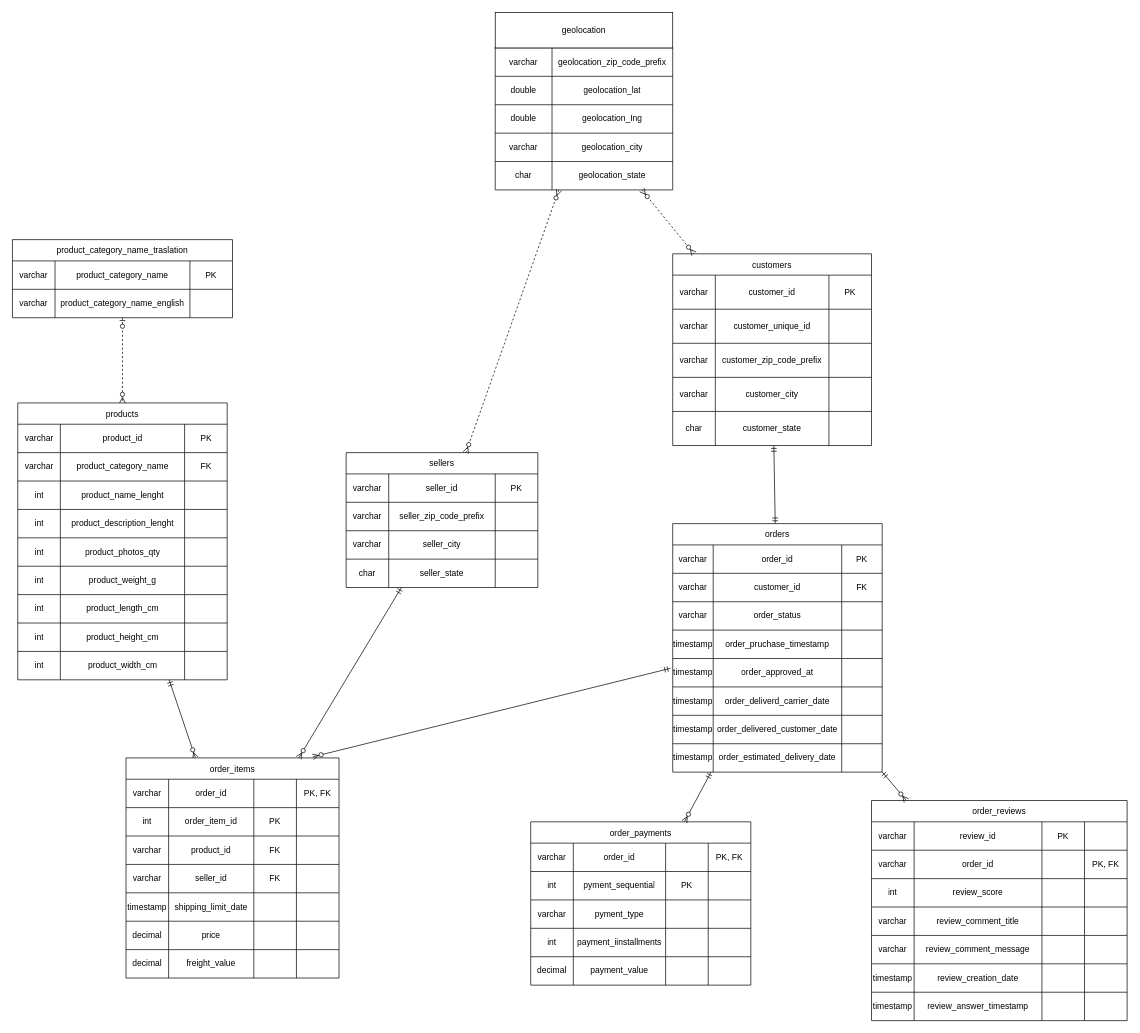
Above: diagrama-er/diagrama-er.drawio in FerretoDev/mo0005-ecommerce-ml (draw.io), before the change. Source tidied: cells renumbered, new cells numbered last; positions are measured from the earlier drawing's top-left corner, leaving out a move shared by most shapes. Both pictures are drawn from the tidied source at 71%, with x=0, y=0 at pixel (12, 12).
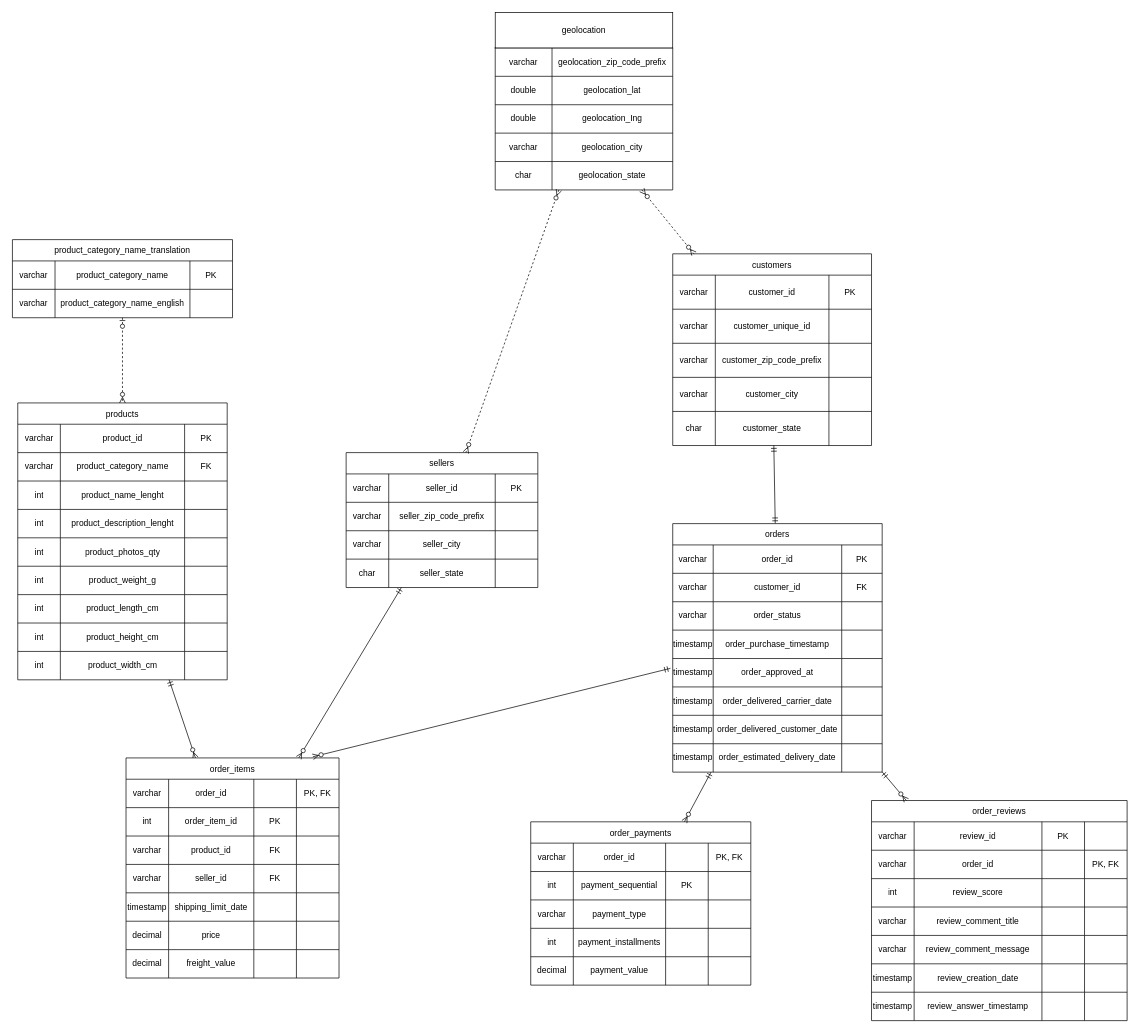
The same page after the edit.

Commit message (it also covers changes not shown here):
docs: diagrama E-R en la ruta de main.tex y columnas corregidas (#5)

* docs: mover el png del diagrama E-R a diagrama-er/ con el nombre que usa main.tex

* fix(er): corregir nombres de columnas del diagrama para que coincidan con schema.sql

---------

The change refers to these unchanged cells:
```xml
<mxCell id="54" style="shape=tableRow;horizontal=0;startSize=0;swimlaneHead=0;swimlaneBody=0;strokeColor=inherit;top=0;left=0;bottom=0;right=0;fillColor=none;fixedHeader=1;" parent="41" vertex="1">
  <mxGeometry y="150" width="295" height="40" as="geometry" />
</mxCell>
<mxCell id="62" style="shape=tableRow;horizontal=0;startSize=0;swimlaneHead=0;swimlaneBody=0;strokeColor=inherit;top=0;left=0;bottom=0;right=0;fillColor=none;fixedHeader=1;" parent="41" vertex="1">
  <mxGeometry y="230" width="295" height="40" as="geometry" />
</mxCell>
<mxCell id="181" style="shape=tableRow;horizontal=0;startSize=0;swimlaneHead=0;swimlaneBody=0;strokeColor=inherit;top=0;left=0;bottom=0;right=0;fillColor=none;fixedHeader=1;" parent="175" vertex="1">
  <mxGeometry y="70" width="310" height="40" as="geometry" />
</mxCell>
<mxCell id="186" style="shape=tableRow;horizontal=0;startSize=0;swimlaneHead=0;swimlaneBody=0;strokeColor=inherit;top=0;left=0;bottom=0;right=0;fillColor=none;fixedHeader=1;" parent="175" vertex="1">
  <mxGeometry y="110" width="310" height="40" as="geometry" />
</mxCell>
<mxCell id="191" style="shape=tableRow;horizontal=0;startSize=0;swimlaneHead=0;swimlaneBody=0;strokeColor=inherit;top=0;left=0;bottom=0;right=0;fillColor=none;fixedHeader=1;" parent="175" vertex="1">
  <mxGeometry y="150" width="310" height="40" as="geometry" />
</mxCell>
```

Diff of the diagram source:
```diff
@@
-    <mxCell id="56" value="order_pruchase_timestamp" style="shape=partialRectangle;html=1;whiteSpace=wrap;strokeColor=inherit;overflow=hidden;fillColor=none;top=0;left=0;bottom=0;right=0;" parent="54" vertex="1">
+    <mxCell id="56" value="order_purchase_timestamp" style="shape=partialRectangle;html=1;whiteSpace=wrap;strokeColor=inherit;overflow=hidden;fillColor=none;top=0;left=0;bottom=0;right=0;" parent="54" vertex="1">
       <mxGeometry x="57" width="181" height="40" as="geometry" />
     </mxCell>
@@
-    <mxCell id="64" value="order_deliverd_carrier_date" style="shape=partialRectangle;html=1;whiteSpace=wrap;strokeColor=inherit;overflow=hidden;fillColor=none;top=0;left=0;bottom=0;right=0;" parent="62" vertex="1">
+    <mxCell id="64" value="order_delivered_carrier_date" style="shape=partialRectangle;html=1;whiteSpace=wrap;strokeColor=inherit;overflow=hidden;fillColor=none;top=0;left=0;bottom=0;right=0;" parent="62" vertex="1">
       <mxGeometry x="57" width="181" height="40" as="geometry" />
     </mxCell>
@@
-    <mxCell id="92" value="product_category_name_traslation" style="shape=table;startSize=30;childLayout=tableLayout;fixedHeader=1;" parent="1" vertex="1">
+    <mxCell id="92" value="product_category_name_translation" style="shape=table;startSize=30;childLayout=tableLayout;fixedHeader=1;" parent="1" vertex="1">
       <mxGeometry y="320" width="310" height="110" as="geometry" />
     </mxCell>
@@
-    <mxCell id="183" value="pyment_sequential" style="shape=partialRectangle;html=1;whiteSpace=wrap;strokeColor=inherit;overflow=hidden;fillColor=none;top=0;left=0;bottom=0;right=0;" parent="181" vertex="1">
+    <mxCell id="183" value="payment_sequential" style="shape=partialRectangle;html=1;whiteSpace=wrap;strokeColor=inherit;overflow=hidden;fillColor=none;top=0;left=0;bottom=0;right=0;" parent="181" vertex="1">
       <mxGeometry x="60" width="130" height="40" as="geometry" />
     </mxCell>
@@
-    <mxCell id="188" value="pyment_type" style="shape=partialRectangle;html=1;whiteSpace=wrap;strokeColor=inherit;overflow=hidden;fillColor=none;top=0;left=0;bottom=0;right=0;" parent="186" vertex="1">
+    <mxCell id="188" value="payment_type" style="shape=partialRectangle;html=1;whiteSpace=wrap;strokeColor=inherit;overflow=hidden;fillColor=none;top=0;left=0;bottom=0;right=0;" parent="186" vertex="1">
       <mxGeometry x="60" width="130" height="40" as="geometry" />
     </mxCell>
@@
-    <mxCell id="193" value="payment_iinstallments" style="shape=partialRectangle;html=1;whiteSpace=wrap;strokeColor=inherit;overflow=hidden;fillColor=none;top=0;left=0;bottom=0;right=0;" parent="191" vertex="1">
+    <mxCell id="193" value="payment_installments" style="shape=partialRectangle;html=1;whiteSpace=wrap;strokeColor=inherit;overflow=hidden;fillColor=none;top=0;left=0;bottom=0;right=0;" parent="191" vertex="1">
       <mxGeometry x="60" width="130" height="40" as="geometry" />
     </mxCell>
```
